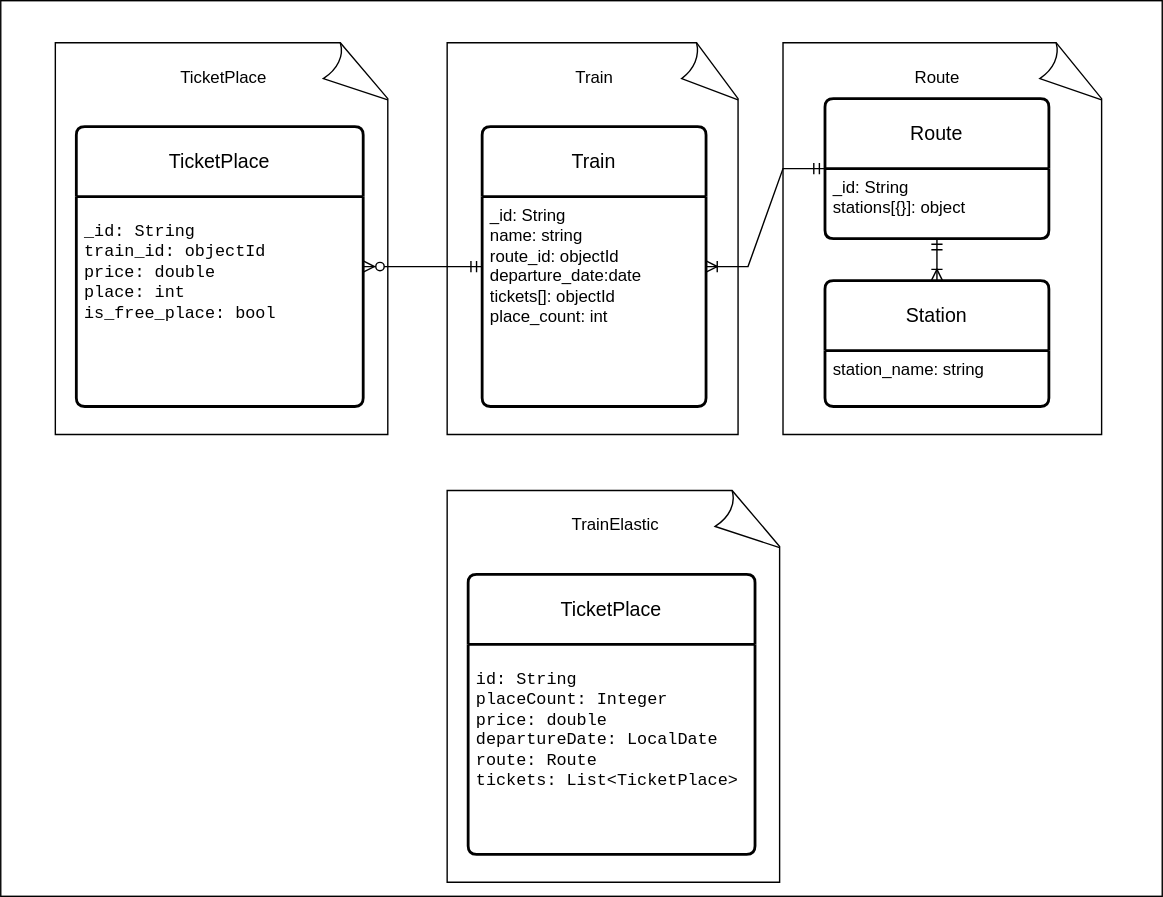
This is src/main/resources/ERD.svg from E6L1PS/train-ticket-sales-app, a draw.io export, as it was before one commit. Source tidied: cells renumbered, new cells last; positions are measured from the earlier drawing's top-left corner, leaving out a move shared by most shapes. Its diagram source:
```xml
<mxGraphModel background="#ffffff">
  <root>
    <mxCell id="0" />
    <mxCell id="1" parent="0" />
    <mxCell id="2" style="rounded=0;whiteSpace=wrap;html=1;" parent="1" vertex="1">
      <mxGeometry width="830" height="640" as="geometry" />
    </mxCell>
    <mxCell id="3" style="whiteSpace=wrap;html=1;shape=mxgraph.basic.document;" parent="1" vertex="1">
      <mxGeometry x="559" y="30" width="230" height="280" as="geometry" />
    </mxCell>
    <mxCell id="4" style="whiteSpace=wrap;html=1;shape=mxgraph.basic.document;" parent="1" vertex="1">
      <mxGeometry x="39" y="30" width="240" height="280" as="geometry" />
    </mxCell>
    <mxCell id="5" style="whiteSpace=wrap;html=1;shape=mxgraph.basic.document;" parent="1" vertex="1">
      <mxGeometry x="319" y="30" width="210" height="280" as="geometry" />
    </mxCell>
    <mxCell id="6" value="TicketPlace" style="text;html=1;align=center;verticalAlign=middle;strokeColor=none;fillColor=none;" parent="1" vertex="1">
      <mxGeometry x="114" y="40" width="90" height="30" as="geometry" />
    </mxCell>
    <mxCell id="7" value="Station" style="swimlane;horizontal=1;startSize=50;rounded=1;fontSize=14;fontStyle=0;strokeWidth=2;shadow=0;dashed=0;align=center;arcSize=4;whiteSpace=wrap;html=1;" parent="1" vertex="1">
      <mxGeometry x="589" y="200" width="160" height="90" as="geometry" />
    </mxCell>
    <mxCell id="8" value="&lt;div&gt;station_name: string&lt;/div&gt;" style="align=left;strokeColor=none;fillColor=none;spacingLeft=4;fontSize=12;verticalAlign=top;html=1;" parent="7" vertex="1">
      <mxGeometry y="50" width="160" height="40" as="geometry" />
    </mxCell>
    <mxCell id="9" value="Route" style="swimlane;horizontal=1;startSize=50;rounded=1;fontSize=14;fontStyle=0;strokeWidth=2;shadow=0;dashed=0;align=center;arcSize=4;whiteSpace=wrap;html=1;" parent="1" vertex="1">
      <mxGeometry x="589" y="70" width="160" height="100" as="geometry" />
    </mxCell>
    <mxCell id="10" value="_id:&amp;nbsp;&lt;span style=&quot;background-color: initial;&quot;&gt;String&lt;/span&gt;&lt;div&gt;stations[{}]: object&lt;/div&gt;&lt;div&gt;&lt;br&gt;&lt;/div&gt;&lt;div&gt;&lt;br&gt;&lt;/div&gt;" style="align=left;strokeColor=none;fillColor=none;spacingLeft=4;fontSize=12;verticalAlign=top;html=1;" parent="9" vertex="1">
      <mxGeometry y="50" width="160" height="50" as="geometry" />
    </mxCell>
    <mxCell id="11" value="TicketPlace" style="swimlane;horizontal=1;startSize=50;rounded=1;fontSize=14;fontStyle=0;strokeWidth=2;shadow=0;dashed=0;align=center;arcSize=4;whiteSpace=wrap;html=1;" parent="1" vertex="1">
      <mxGeometry x="54" y="90" width="205" height="200" as="geometry" />
    </mxCell>
    <mxCell id="12" value="&lt;pre&gt;_id: String&lt;br&gt;train_id: objectId&lt;br&gt;price: double&lt;br&gt;place: int&lt;br&gt;is_free_place: bool&lt;br&gt;&lt;br&gt;&lt;/pre&gt;" style="align=left;strokeColor=none;fillColor=none;spacingLeft=4;fontSize=12;verticalAlign=top;html=1;" parent="11" vertex="1">
      <mxGeometry y="50" width="205" height="150" as="geometry" />
    </mxCell>
    <mxCell id="13" style="edgeStyle=entityRelationEdgeStyle;fontSize=12;html=1;endArrow=ERoneToMany;startArrow=ERmandOne;rounded=0;startFill=0;" parent="1" edge="1" source="9" target="14">
      <mxGeometry relative="1" as="geometry" />
    </mxCell>
    <mxCell id="14" value="Train" style="swimlane;horizontal=1;startSize=50;rounded=1;fontSize=14;fontStyle=0;strokeWidth=2;shadow=0;dashed=0;align=center;arcSize=4;whiteSpace=wrap;html=1;" parent="1" vertex="1">
      <mxGeometry x="344" y="90" width="160" height="200" as="geometry" />
    </mxCell>
    <mxCell id="15" value="&lt;div&gt;_id:&amp;nbsp;&lt;span style=&quot;background-color: initial;&quot;&gt;String&lt;/span&gt;&lt;/div&gt;&lt;div&gt;name: string&lt;br&gt;&lt;/div&gt;&lt;div&gt;route_id: objectId&lt;/div&gt;&lt;div&gt;departure_date:date&lt;/div&gt;&lt;div&gt;tickets[]: objectId&lt;/div&gt;&lt;div&gt;place_count: int&lt;br&gt;&lt;/div&gt;&lt;div&gt;&lt;br&gt;&lt;/div&gt;" style="align=left;strokeColor=none;fillColor=none;spacingLeft=4;fontSize=12;verticalAlign=top;html=1;" parent="14" vertex="1">
      <mxGeometry y="50" width="160" height="150" as="geometry" />
    </mxCell>
    <mxCell id="16" style="edgeStyle=entityRelationEdgeStyle;fontSize=12;html=1;endArrow=ERzeroToMany;startArrow=ERmandOne;rounded=0;" parent="1" edge="1" source="14" target="11">
      <mxGeometry relative="1" as="geometry" />
    </mxCell>
    <mxCell id="17" style="edgeStyle=orthogonalEdgeStyle;fontSize=12;html=1;endArrow=ERoneToMany;startArrow=ERmandOne;rounded=0;startFill=0;exitX=0.5;exitY=1;exitDx=0;exitDy=0;" parent="1" edge="1" source="10" target="7">
      <mxGeometry relative="1" as="geometry" />
    </mxCell>
    <mxCell id="18" value="Train" style="text;html=1;align=center;verticalAlign=middle;strokeColor=none;fillColor=none;" parent="1" vertex="1">
      <mxGeometry x="399" y="40" width="50" height="30" as="geometry" />
    </mxCell>
    <mxCell id="19" value="Route" style="text;html=1;align=center;verticalAlign=middle;strokeColor=none;fillColor=none;" parent="1" vertex="1">
      <mxGeometry x="639" y="40" width="60" height="30" as="geometry" />
    </mxCell>
    <mxCell id="20" style="whiteSpace=wrap;html=1;shape=mxgraph.basic.document;" parent="1" vertex="1">
      <mxGeometry x="319" y="350" width="240" height="280" as="geometry" />
    </mxCell>
    <mxCell id="21" value="TrainElastic" style="text;html=1;align=center;verticalAlign=middle;strokeColor=none;fillColor=none;" parent="1" vertex="1">
      <mxGeometry x="394" y="360" width="90" height="30" as="geometry" />
    </mxCell>
    <mxCell id="22" value="TicketPlace" style="swimlane;horizontal=1;startSize=50;rounded=1;fontSize=14;fontStyle=0;strokeWidth=2;shadow=0;dashed=0;align=center;arcSize=4;whiteSpace=wrap;html=1;" parent="1" vertex="1">
      <mxGeometry x="334" y="410" width="205" height="200" as="geometry" />
    </mxCell>
    <mxCell id="23" value="&lt;pre&gt;id: String&lt;br&gt;placeCount: Integer&lt;br&gt;price: double&lt;br&gt;departureDate: LocalDate&lt;br&gt;route: Route&lt;br&gt;tickets: List&amp;lt;TicketPlace&amp;gt;&lt;/pre&gt;" style="align=left;strokeColor=none;fillColor=none;spacingLeft=4;fontSize=12;verticalAlign=top;html=1;" parent="22" vertex="1">
      <mxGeometry y="50" width="205" height="150" as="geometry" />
    </mxCell>
  </root>
</mxGraphModel>
```
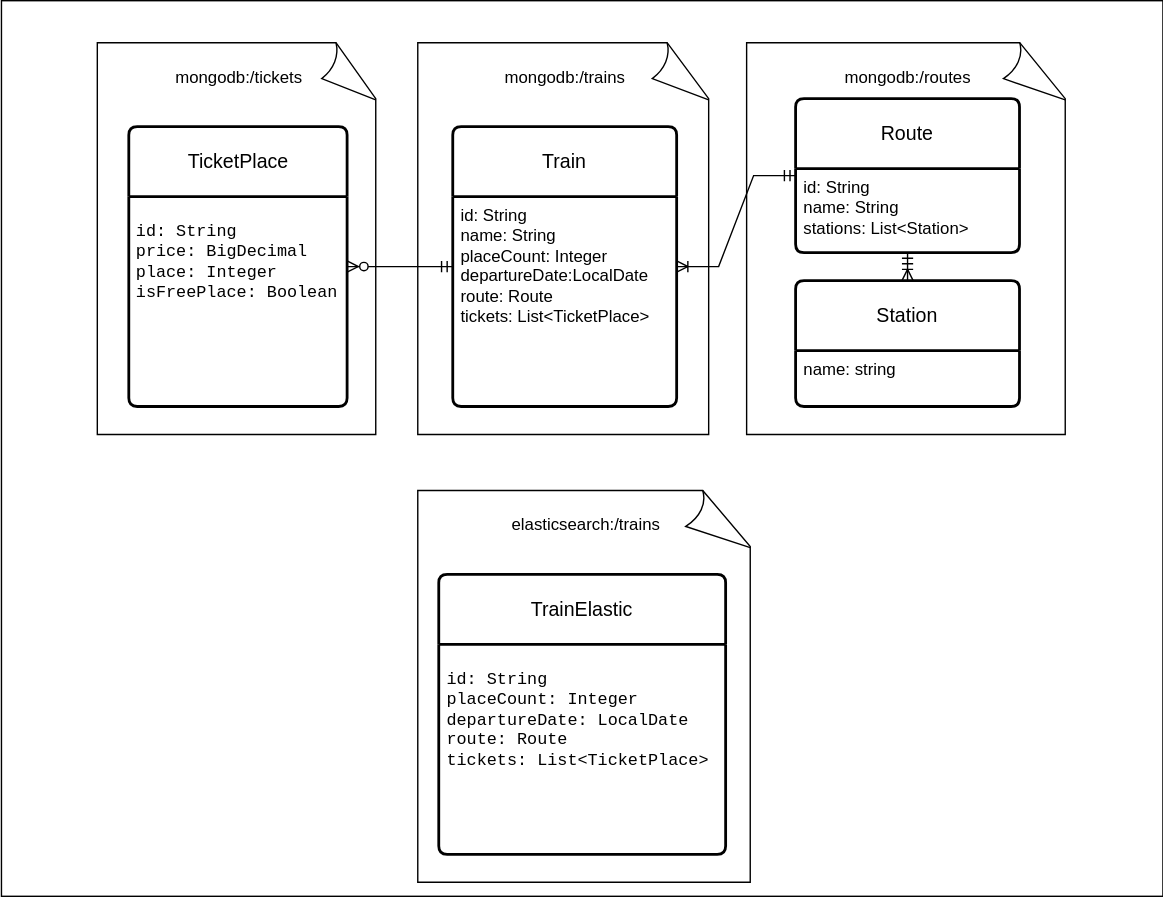
Later version of the same file.

Change to the diagram source:
```diff
@@ -3,37 +3,37 @@
     <mxCell id="0" />
     <mxCell id="1" parent="0" />
     <mxCell id="2" style="rounded=0;whiteSpace=wrap;html=1;" parent="1" vertex="1">
-      <mxGeometry width="830" height="640" as="geometry" />
+      <mxGeometry x="21.5" width="830" height="640" as="geometry" />
     </mxCell>
     <mxCell id="3" style="whiteSpace=wrap;html=1;shape=mxgraph.basic.document;" parent="1" vertex="1">
-      <mxGeometry x="559" y="30" width="230" height="280" as="geometry" />
+      <mxGeometry x="554" y="30" width="230" height="280" as="geometry" />
     </mxCell>
     <mxCell id="4" style="whiteSpace=wrap;html=1;shape=mxgraph.basic.document;" parent="1" vertex="1">
-      <mxGeometry x="39" y="30" width="240" height="280" as="geometry" />
+      <mxGeometry x="90" y="30" width="201" height="280" as="geometry" />
     </mxCell>
     <mxCell id="5" style="whiteSpace=wrap;html=1;shape=mxgraph.basic.document;" parent="1" vertex="1">
       <mxGeometry x="319" y="30" width="210" height="280" as="geometry" />
     </mxCell>
-    <mxCell id="6" value="TicketPlace" style="text;html=1;align=center;verticalAlign=middle;strokeColor=none;fillColor=none;" parent="1" vertex="1">
-      <mxGeometry x="114" y="40" width="90" height="30" as="geometry" />
+    <mxCell id="6" value="mongodb:/tickets" style="text;html=1;align=center;verticalAlign=middle;strokeColor=none;fillColor=none;" parent="1" vertex="1">
+      <mxGeometry x="135.5" y="40" width="110" height="30" as="geometry" />
     </mxCell>
     <mxCell id="7" value="Station" style="swimlane;horizontal=1;startSize=50;rounded=1;fontSize=14;fontStyle=0;strokeWidth=2;shadow=0;dashed=0;align=center;arcSize=4;whiteSpace=wrap;html=1;" parent="1" vertex="1">
       <mxGeometry x="589" y="200" width="160" height="90" as="geometry" />
     </mxCell>
-    <mxCell id="8" value="&lt;div&gt;station_name: string&lt;/div&gt;" style="align=left;strokeColor=none;fillColor=none;spacingLeft=4;fontSize=12;verticalAlign=top;html=1;" parent="7" vertex="1">
+    <mxCell id="8" value="&lt;div&gt;name: string&lt;/div&gt;" style="align=left;strokeColor=none;fillColor=none;spacingLeft=4;fontSize=12;verticalAlign=top;html=1;" parent="7" vertex="1">
       <mxGeometry y="50" width="160" height="40" as="geometry" />
     </mxCell>
     <mxCell id="9" value="Route" style="swimlane;horizontal=1;startSize=50;rounded=1;fontSize=14;fontStyle=0;strokeWidth=2;shadow=0;dashed=0;align=center;arcSize=4;whiteSpace=wrap;html=1;" parent="1" vertex="1">
-      <mxGeometry x="589" y="70" width="160" height="100" as="geometry" />
+      <mxGeometry x="589" y="70" width="160" height="110" as="geometry" />
     </mxCell>
-    <mxCell id="10" value="_id:&amp;nbsp;&lt;span style=&quot;background-color: initial;&quot;&gt;String&lt;/span&gt;&lt;div&gt;stations[{}]: object&lt;/div&gt;&lt;div&gt;&lt;br&gt;&lt;/div&gt;&lt;div&gt;&lt;br&gt;&lt;/div&gt;" style="align=left;strokeColor=none;fillColor=none;spacingLeft=4;fontSize=12;verticalAlign=top;html=1;" parent="9" vertex="1">
-      <mxGeometry y="50" width="160" height="50" as="geometry" />
+    <mxCell id="10" value="id:&amp;nbsp;&lt;span style=&quot;background-color: initial;&quot;&gt;String&lt;br&gt;&lt;/span&gt;name: String&lt;div&gt;stations: List&amp;lt;Station&amp;gt;&lt;/div&gt;" style="align=left;strokeColor=none;fillColor=none;spacingLeft=4;fontSize=12;verticalAlign=top;html=1;" parent="9" vertex="1">
+      <mxGeometry y="50" width="160" height="60" as="geometry" />
     </mxCell>
     <mxCell id="11" value="TicketPlace" style="swimlane;horizontal=1;startSize=50;rounded=1;fontSize=14;fontStyle=0;strokeWidth=2;shadow=0;dashed=0;align=center;arcSize=4;whiteSpace=wrap;html=1;" parent="1" vertex="1">
-      <mxGeometry x="54" y="90" width="205" height="200" as="geometry" />
+      <mxGeometry x="112.5" y="90" width="156" height="200" as="geometry" />
     </mxCell>
-    <mxCell id="12" value="&lt;pre&gt;_id: String&lt;br&gt;train_id: objectId&lt;br&gt;price: double&lt;br&gt;place: int&lt;br&gt;is_free_place: bool&lt;br&gt;&lt;br&gt;&lt;/pre&gt;" style="align=left;strokeColor=none;fillColor=none;spacingLeft=4;fontSize=12;verticalAlign=top;html=1;" parent="11" vertex="1">
-      <mxGeometry y="50" width="205" height="150" as="geometry" />
+    <mxCell id="12" value="&lt;pre&gt;id: String&lt;br&gt;price: BigDecimal&lt;br&gt;place: Integer&lt;br&gt;isFreePlace: Boolean&lt;br&gt;&lt;br&gt;&lt;/pre&gt;" style="align=left;strokeColor=none;fillColor=none;spacingLeft=4;fontSize=12;verticalAlign=top;html=1;" parent="11" vertex="1">
+      <mxGeometry y="50" width="156" height="150" as="geometry" />
     </mxCell>
     <mxCell id="13" style="edgeStyle=entityRelationEdgeStyle;fontSize=12;html=1;endArrow=ERoneToMany;startArrow=ERmandOne;rounded=0;startFill=0;" parent="1" edge="1" source="9" target="14">
       <mxGeometry relative="1" as="geometry" />
@@ -41,7 +41,7 @@
     <mxCell id="14" value="Train" style="swimlane;horizontal=1;startSize=50;rounded=1;fontSize=14;fontStyle=0;strokeWidth=2;shadow=0;dashed=0;align=center;arcSize=4;whiteSpace=wrap;html=1;" parent="1" vertex="1">
       <mxGeometry x="344" y="90" width="160" height="200" as="geometry" />
     </mxCell>
-    <mxCell id="15" value="&lt;div&gt;_id:&amp;nbsp;&lt;span style=&quot;background-color: initial;&quot;&gt;String&lt;/span&gt;&lt;/div&gt;&lt;div&gt;name: string&lt;br&gt;&lt;/div&gt;&lt;div&gt;route_id: objectId&lt;/div&gt;&lt;div&gt;departure_date:date&lt;/div&gt;&lt;div&gt;tickets[]: objectId&lt;/div&gt;&lt;div&gt;place_count: int&lt;br&gt;&lt;/div&gt;&lt;div&gt;&lt;br&gt;&lt;/div&gt;" style="align=left;strokeColor=none;fillColor=none;spacingLeft=4;fontSize=12;verticalAlign=top;html=1;" parent="14" vertex="1">
+    <mxCell id="15" value="&lt;div&gt;id:&amp;nbsp;&lt;span style=&quot;background-color: initial;&quot;&gt;String&lt;/span&gt;&lt;/div&gt;&lt;div&gt;name: String&lt;/div&gt;&lt;div&gt;placeCount: Integer&lt;br&gt;&lt;/div&gt;&lt;div&gt;departureDate:&lt;span style=&quot;background-color: initial;&quot;&gt;LocalDate&lt;/span&gt;&lt;div&gt;route: Route&lt;/div&gt;tickets: List&amp;lt;TicketPlace&amp;gt;&lt;/div&gt;" style="align=left;strokeColor=none;fillColor=none;spacingLeft=4;fontSize=12;verticalAlign=top;html=1;" parent="14" vertex="1">
       <mxGeometry y="50" width="160" height="150" as="geometry" />
     </mxCell>
     <mxCell id="16" style="edgeStyle=entityRelationEdgeStyle;fontSize=12;html=1;endArrow=ERzeroToMany;startArrow=ERmandOne;rounded=0;" parent="1" edge="1" source="14" target="11">
@@ -50,22 +50,22 @@
     <mxCell id="17" style="edgeStyle=orthogonalEdgeStyle;fontSize=12;html=1;endArrow=ERoneToMany;startArrow=ERmandOne;rounded=0;startFill=0;exitX=0.5;exitY=1;exitDx=0;exitDy=0;" parent="1" edge="1" source="10" target="7">
       <mxGeometry relative="1" as="geometry" />
     </mxCell>
-    <mxCell id="18" value="Train" style="text;html=1;align=center;verticalAlign=middle;strokeColor=none;fillColor=none;" parent="1" vertex="1">
-      <mxGeometry x="399" y="40" width="50" height="30" as="geometry" />
+    <mxCell id="18" value="mongodb:/trains" style="text;html=1;align=center;verticalAlign=middle;strokeColor=none;fillColor=none;" parent="1" vertex="1">
+      <mxGeometry x="369" y="40" width="110" height="30" as="geometry" />
     </mxCell>
-    <mxCell id="19" value="Route" style="text;html=1;align=center;verticalAlign=middle;strokeColor=none;fillColor=none;" parent="1" vertex="1">
-      <mxGeometry x="639" y="40" width="60" height="30" as="geometry" />
+    <mxCell id="19" value="mongodb:/routes" style="text;html=1;align=center;verticalAlign=middle;strokeColor=none;fillColor=none;" parent="1" vertex="1">
+      <mxGeometry x="614" y="40" width="110" height="30" as="geometry" />
     </mxCell>
     <mxCell id="20" style="whiteSpace=wrap;html=1;shape=mxgraph.basic.document;" parent="1" vertex="1">
       <mxGeometry x="319" y="350" width="240" height="280" as="geometry" />
     </mxCell>
-    <mxCell id="21" value="TrainElastic" style="text;html=1;align=center;verticalAlign=middle;strokeColor=none;fillColor=none;" parent="1" vertex="1">
-      <mxGeometry x="394" y="360" width="90" height="30" as="geometry" />
+    <mxCell id="21" value="elasticsearch:/trains" style="text;html=1;align=center;verticalAlign=middle;strokeColor=none;fillColor=none;" parent="1" vertex="1">
+      <mxGeometry x="374" y="360" width="130" height="30" as="geometry" />
     </mxCell>
-    <mxCell id="22" value="TicketPlace" style="swimlane;horizontal=1;startSize=50;rounded=1;fontSize=14;fontStyle=0;strokeWidth=2;shadow=0;dashed=0;align=center;arcSize=4;whiteSpace=wrap;html=1;" parent="1" vertex="1">
+    <mxCell id="22" value="TrainElastic" style="swimlane;horizontal=1;startSize=50;rounded=1;fontSize=14;fontStyle=0;strokeWidth=2;shadow=0;dashed=0;align=center;arcSize=4;whiteSpace=wrap;html=1;" parent="1" vertex="1">
       <mxGeometry x="334" y="410" width="205" height="200" as="geometry" />
     </mxCell>
-    <mxCell id="23" value="&lt;pre&gt;id: String&lt;br&gt;placeCount: Integer&lt;br&gt;price: double&lt;br&gt;departureDate: LocalDate&lt;br&gt;route: Route&lt;br&gt;tickets: List&amp;lt;TicketPlace&amp;gt;&lt;/pre&gt;" style="align=left;strokeColor=none;fillColor=none;spacingLeft=4;fontSize=12;verticalAlign=top;html=1;" parent="22" vertex="1">
+    <mxCell id="23" value="&lt;pre&gt;id: String&lt;br&gt;placeCount: Integer&lt;br&gt;departureDate: LocalDate&lt;br&gt;route: Route&lt;br&gt;tickets: List&amp;lt;TicketPlace&amp;gt;&lt;/pre&gt;" style="align=left;strokeColor=none;fillColor=none;spacingLeft=4;fontSize=12;verticalAlign=top;html=1;" parent="22" vertex="1">
       <mxGeometry y="50" width="205" height="150" as="geometry" />
     </mxCell>
   </root>
```
